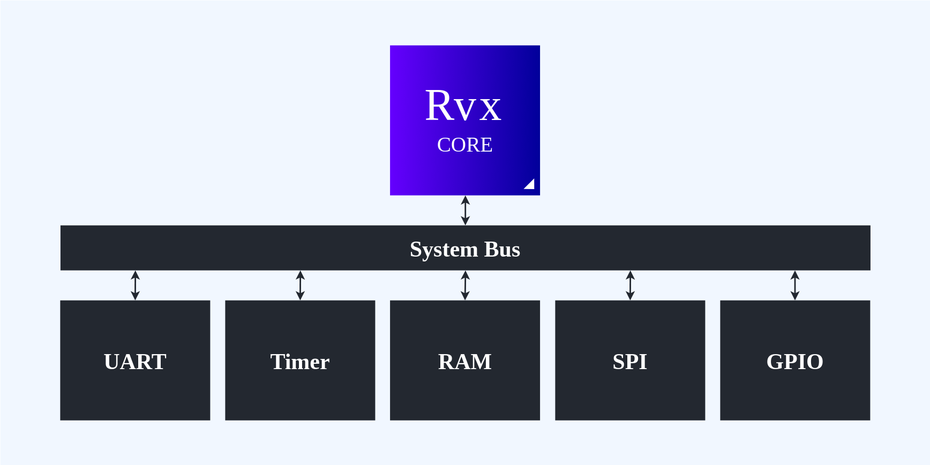
rafaelcalcada/rvx keeps this draw.io diagram as docs/source/images/rvx_architecture.svg. Above is the earlier version. Source tidied: cells renumbered, new cells last; positions are measured from the earlier drawing's top-left corner, leaving out a move shared by most shapes.
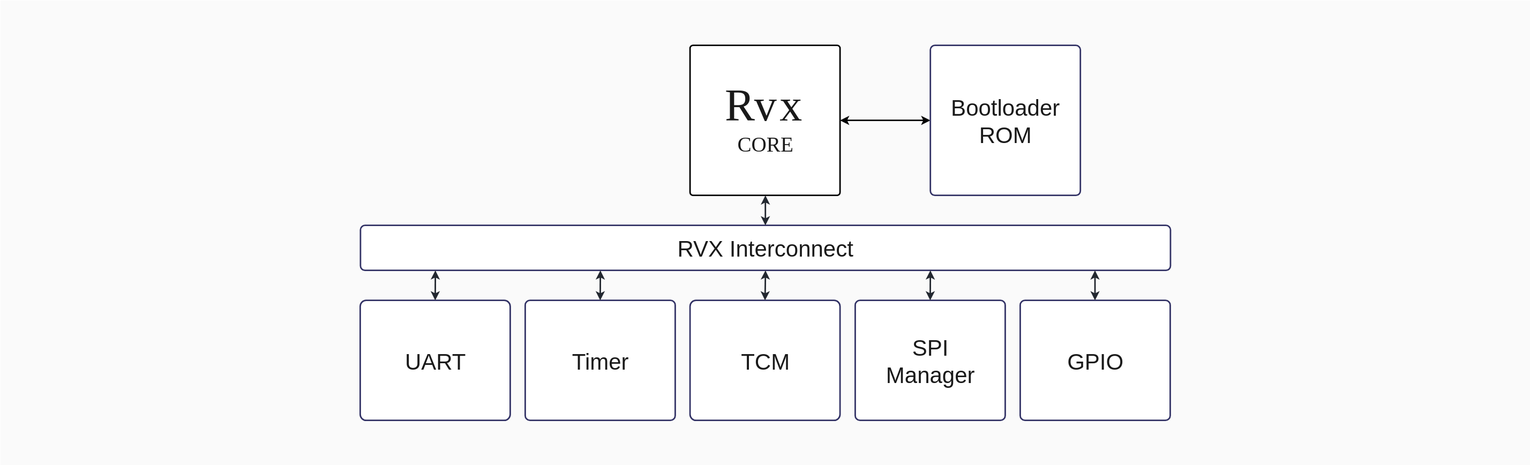
Above is the later version.

Commit message:
Update top architecure diagram

Diff of the diagram source:
```diff
@@ -2,28 +2,28 @@
   <root>
     <mxCell id="0" />
     <mxCell id="1" parent="0" />
-    <mxCell id="2" style="rounded=0;whiteSpace=wrap;html=1;strokeColor=none;gradientColor=none;fillColor=#BAD5FF;dashed=1;opacity=20;" parent="1" vertex="1">
-      <mxGeometry width="620" height="310" as="geometry" />
+    <mxCell id="2" style="rounded=0;whiteSpace=wrap;html=1;strokeColor=none;gradientColor=none;fillColor=#E6E6E6;dashed=1;opacity=20;" parent="1" vertex="1">
+      <mxGeometry x="-200" width="1020" height="310" as="geometry" />
     </mxCell>
-    <mxCell id="3" style="whiteSpace=wrap;html=1;strokeColor=none;fillColor=#6500fe;gradientColor=#01009a;gradientDirection=east;rounded=1;arcSize=0;strokeWidth=1;fontColor=#303FA1;" parent="1" vertex="1">
+    <mxCell id="3" style="whiteSpace=wrap;html=1;strokeColor=default;fillColor=#FFFFFF;gradientColor=none;gradientDirection=east;rounded=1;arcSize=2;strokeWidth=1;fontColor=#303FA1;" parent="1" vertex="1">
       <mxGeometry x="259.8" y="30" width="100" height="100" as="geometry" />
     </mxCell>
-    <mxCell id="4" value="System Bus" style="rounded=1;whiteSpace=wrap;html=1;strokeWidth=1;arcSize=0;fontStyle=1;fontSize=15;fontFamily=Tahoma;horizontal=1;strokeColor=none;fillColor=#232830;fontColor=#FFFFFF;" parent="1" vertex="1">
+    <mxCell id="4" value="RVX Interconnect" style="rounded=1;whiteSpace=wrap;html=1;strokeWidth=1;arcSize=10;fontStyle=0;fontSize=15;fontFamily=Helvetica;horizontal=1;strokeColor=#333366;fillColor=#FFFFFF;fontColor=#1A1A1A;" parent="1" vertex="1">
       <mxGeometry x="40.1" y="150" width="540" height="30" as="geometry" />
     </mxCell>
-    <mxCell id="5" value="GPIO" style="rounded=1;whiteSpace=wrap;html=1;strokeWidth=1;arcSize=0;fontStyle=1;fontSize=15;fontFamily=Tahoma;strokeColor=none;fillColor=#232830;fontColor=#FFFFFF;" parent="1" vertex="1">
+    <mxCell id="5" value="GPIO" style="rounded=1;whiteSpace=wrap;html=1;strokeWidth=1;arcSize=4;fontStyle=0;fontSize=15;fontFamily=Helvetica;strokeColor=#333366;fillColor=#FFFFFF;fontColor=#1A1A1A;" parent="1" vertex="1">
       <mxGeometry x="479.9" y="200" width="100" height="80" as="geometry" />
     </mxCell>
-    <mxCell id="6" value="UART" style="rounded=1;whiteSpace=wrap;html=1;strokeWidth=1;arcSize=0;fontStyle=1;fontSize=15;fontFamily=Tahoma;strokeColor=none;fillColor=#232830;fontColor=#FFFFFF;" parent="1" vertex="1">
+    <mxCell id="6" value="UART" style="rounded=1;whiteSpace=wrap;html=1;strokeWidth=1;arcSize=5;fontStyle=0;fontSize=15;fontFamily=Helvetica;strokeColor=#333366;fillColor=#FFFFFF;fontColor=#1A1A1A;" parent="1" vertex="1">
       <mxGeometry x="39.9" y="200" width="100" height="80" as="geometry" />
     </mxCell>
-    <mxCell id="7" value="RAM" style="rounded=1;whiteSpace=wrap;html=1;strokeWidth=1;arcSize=0;fontStyle=1;fontSize=15;fontFamily=Tahoma;strokeColor=none;fillColor=#232830;fontColor=#FFFFFF;" parent="1" vertex="1">
+    <mxCell id="7" value="TCM" style="rounded=1;whiteSpace=wrap;html=1;strokeWidth=1;arcSize=5;fontStyle=0;fontSize=15;fontFamily=Helvetica;strokeColor=#333366;fillColor=#FFFFFF;fontColor=#1A1A1A;" parent="1" vertex="1">
       <mxGeometry x="259.8" y="200" width="100" height="80" as="geometry" />
     </mxCell>
-    <mxCell id="8" value="SPI" style="rounded=1;whiteSpace=wrap;html=1;strokeWidth=1;arcSize=0;fontStyle=1;fontSize=15;fontFamily=Tahoma;strokeColor=none;fillColor=#232830;fontColor=#FFFFFF;" parent="1" vertex="1">
+    <mxCell id="8" value="SPI&lt;div&gt;Manager&lt;/div&gt;" style="rounded=1;whiteSpace=wrap;html=1;strokeWidth=1;arcSize=4;fontStyle=0;fontSize=15;fontFamily=Helvetica;strokeColor=#333366;fillColor=#FFFFFF;fontColor=#1A1A1A;" parent="1" vertex="1">
       <mxGeometry x="369.9" y="200" width="100" height="80" as="geometry" />
     </mxCell>
-    <mxCell id="9" value="Timer" style="rounded=1;whiteSpace=wrap;html=1;strokeWidth=1;arcSize=0;fontStyle=1;fontSize=15;fontFamily=Tahoma;strokeColor=none;fillColor=#232830;fontColor=#FFFFFF;" parent="1" vertex="1">
+    <mxCell id="9" value="Timer" style="rounded=1;whiteSpace=wrap;html=1;strokeWidth=1;arcSize=4;fontStyle=0;fontSize=15;fontFamily=Helvetica;strokeColor=#333366;fillColor=#FFFFFF;fontColor=#1A1A1A;" parent="1" vertex="1">
       <mxGeometry x="149.9" y="200" width="100" height="80" as="geometry" />
     </mxCell>
     <mxCell id="10" style="edgeStyle=orthogonalEdgeStyle;rounded=0;jettySize=auto;html=1;strokeWidth=1;startArrow=classic;startFill=1;endArrow=classic;endFill=1;fontFamily=Helvetica;fontStyle=0;strokeColor=#232830;fontSize=12;endSize=3;startSize=3;exitX=0.5;exitY=0;exitDx=0;exitDy=0;entryX=0.5;entryY=1;entryDx=0;entryDy=0;fontColor=#01009A;" parent="1" edge="1" source="7" target="4">
@@ -56,20 +56,23 @@
         <mxPoint x="529.8" y="180" as="targetPoint" />
       </mxGeometry>
     </mxCell>
-    <mxCell id="16" value="R" style="text;html=1;align=center;verticalAlign=middle;whiteSpace=wrap;rounded=0;fontFamily=Eurofighter;fontSize=30;fontColor=#FFFFFF;" parent="1" vertex="1">
+    <mxCell id="16" value="R" style="text;html=1;align=center;verticalAlign=middle;whiteSpace=wrap;rounded=0;fontFamily=Eurofighter;fontSize=30;fontColor=#1A1A1A;" parent="1" vertex="1">
       <mxGeometry x="262.9" y="54" width="60" height="30" as="geometry" />
     </mxCell>
-    <mxCell id="17" value="v" style="text;html=1;align=center;verticalAlign=middle;whiteSpace=wrap;rounded=0;fontFamily=Eurofighter;fontSize=30;fontColor=#FFFFFF;" parent="1" vertex="1">
+    <mxCell id="17" value="v" style="text;html=1;align=center;verticalAlign=middle;whiteSpace=wrap;rounded=0;fontFamily=Eurofighter;fontSize=30;fontColor=#1A1A1A;" parent="1" vertex="1">
       <mxGeometry x="279.9" y="54" width="60" height="30" as="geometry" />
     </mxCell>
-    <mxCell id="18" value="x" style="text;html=1;align=center;verticalAlign=middle;whiteSpace=wrap;rounded=0;fontFamily=Eurofighter;fontSize=30;fontColor=#FFFFFF;" parent="1" vertex="1">
+    <mxCell id="18" value="x" style="text;html=1;align=center;verticalAlign=middle;whiteSpace=wrap;rounded=0;fontFamily=Eurofighter;fontSize=30;fontColor=#1A1A1A;" parent="1" vertex="1">
       <mxGeometry x="296.7" y="54" width="60" height="30" as="geometry" />
     </mxCell>
-    <mxCell id="19" style="triangle;whiteSpace=wrap;html=1;rotation=45;strokeColor=none;" parent="1" vertex="1">
-      <mxGeometry x="351.6" y="119" width="5.1" height="10" as="geometry" />
-    </mxCell>
-    <mxCell id="20" value="CORE" style="text;html=1;align=center;verticalAlign=middle;whiteSpace=wrap;rounded=0;fontFamily=Eurofighter;fontColor=#FFFFFF;fontSize=14;" parent="1" vertex="1">
+    <mxCell id="20" value="CORE" style="text;html=1;align=center;verticalAlign=middle;whiteSpace=wrap;rounded=0;fontFamily=Eurofighter;fontColor=#1A1A1A;fontSize=14;" parent="1" vertex="1">
       <mxGeometry x="279.8" y="82" width="60" height="30" as="geometry" />
     </mxCell>
+    <mxCell id="21" style="edgeStyle=orthogonalEdgeStyle;rounded=0;jettySize=auto;html=1;entryX=1;entryY=0.5;entryDx=0;entryDy=0;endArrow=classic;endFill=1;startArrow=classic;startFill=1;startSize=3;endSize=3;" parent="1" edge="1" source="22" target="3">
+      <mxGeometry relative="1" as="geometry" />
+    </mxCell>
+    <mxCell id="22" value="Bootloader&lt;div&gt;ROM&lt;/div&gt;" style="rounded=1;whiteSpace=wrap;html=1;strokeWidth=1;arcSize=3;fontStyle=0;fontSize=15;fontFamily=Helvetica;strokeColor=#333366;fillColor=#FFFFFF;fontColor=#1A1A1A;" parent="1" vertex="1">
+      <mxGeometry x="420" y="30" width="100" height="100" as="geometry" />
+    </mxCell>
   </root>
 </mxGraphModel>
```
